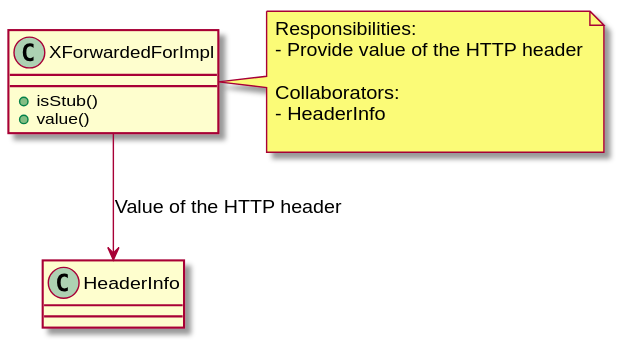
The PlantUML diagram docs/documentation/doxygen/inline_umlgraph_4.svg in Laukkala/cfe_16, before a commit.
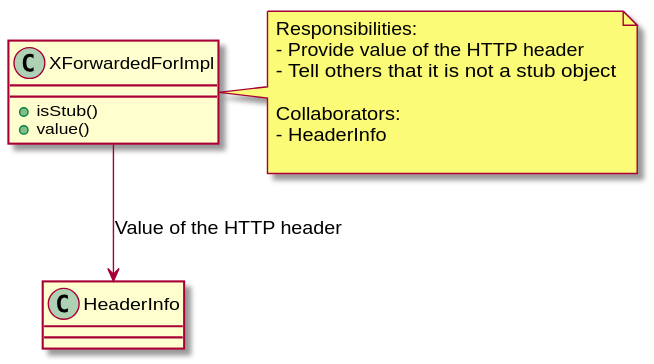
After the change.

Diff of the diagram source:
```diff
@@ -9,6 +9,7 @@
 note right of XForwardedForImpl
 Responsibilities:
 - Provide value of the HTTP header
+- Tell others that it is not a stub object
 
 Collaborators:
 - HeaderInfo
```
